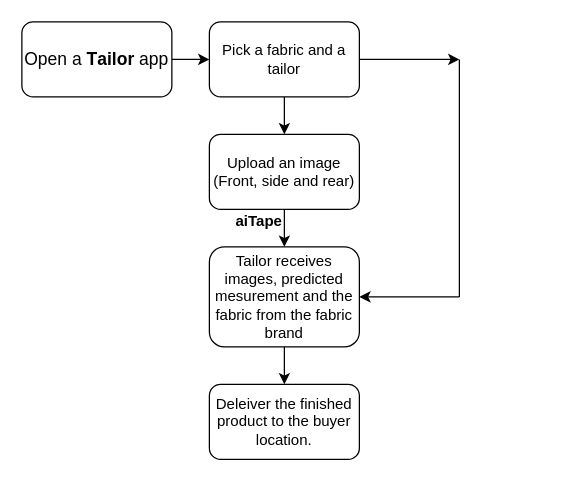
santhoshrao95/helloworld keeps this draw.io diagram as v2aitape.drawio. Above is the earlier version. Source tidied: cells renumbered, new cells numbered last; positions are measured from the earlier drawing's top-left corner, leaving out a move shared by most shapes. Both pictures are drawn from the tidied source at 125%, with x=0, y=0 at pixel (21, 21).
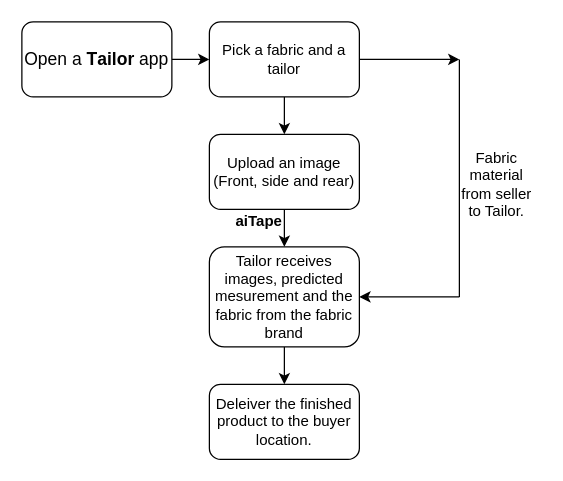
Above is the later version.

What changed in the source:
```diff
@@
 <mxGraphModel>
   <root>
     <mxCell id="0" />
     <mxCell id="1" parent="0" />
     <mxCell id="2" style="edgeStyle=none;rounded=0;jettySize=auto;html=1;" parent="1" edge="1" source="3">
       <mxGeometry relative="1" as="geometry">
         <mxPoint x="350" y="30" as="targetPoint" />
       </mxGeometry>
     </mxCell>
     <mxCell id="3" value="Pick a fabric and a tailor" style="rounded=1;whiteSpace=wrap;html=1;" parent="1" vertex="1">
       <mxGeometry x="150" width="120" height="60" as="geometry" />
     </mxCell>
     <mxCell id="4" value="Upload an image (Front, side and rear)" style="rounded=1;whiteSpace=wrap;html=1;" parent="1" vertex="1">
       <mxGeometry x="150" y="90" width="120" height="60" as="geometry" />
     </mxCell>
     <mxCell id="5" style="edgeStyle=none;rounded=0;jettySize=auto;html=1;" parent="1" edge="1" source="6" target="11">
       <mxGeometry relative="1" as="geometry" />
     </mxCell>
     <mxCell id="6" value="Tailor receives images, predicted mesurement and the fabric from the fabric brand" style="rounded=1;whiteSpace=wrap;html=1;" parent="1" vertex="1">
       <mxGeometry x="150" y="180" width="120" height="80" as="geometry" />
     </mxCell>
     <mxCell id="7" style="endArrow=classic;html=1;entryX=1;entryY=0.5;entryDx=0;entryDy=0;" parent="1" edge="1" target="6">
       <mxGeometry relative="1" as="geometry">
         <mxPoint x="350" y="220" as="sourcePoint" />
       </mxGeometry>
     </mxCell>
     <mxCell id="8" style="endArrow=classic;html=1;exitX=0.5;exitY=1;exitDx=0;exitDy=0;entryX=0.5;entryY=0;entryDx=0;entryDy=0;" parent="1" edge="1" source="4" target="6">
       <mxGeometry relative="1" as="geometry" />
     </mxCell>
     <mxCell id="9" style="endArrow=classic;html=1;exitX=0.5;exitY=1;exitDx=0;exitDy=0;" parent="1" edge="1" source="3" target="4">
       <mxGeometry relative="1" as="geometry" />
     </mxCell>
     <mxCell id="10" style="endArrow=none;html=1;" parent="1" edge="1">
       <mxGeometry relative="1" as="geometry">
         <mxPoint x="350" y="220" as="sourcePoint" />
         <mxPoint x="350" y="30" as="targetPoint" />
       </mxGeometry>
     </mxCell>
     <mxCell id="11" value="Deleiver the finished product to the buyer location." style="whiteSpace=wrap;html=1;rounded=1;" parent="1" vertex="1">
       <mxGeometry x="150" y="290" width="120" height="60" as="geometry" />
     </mxCell>
     <mxCell id="12" style="edgeStyle=none;rounded=0;jettySize=auto;html=1;" parent="1" edge="1" source="13" target="3">
       <mxGeometry relative="1" as="geometry" />
     </mxCell>
     <mxCell id="13" value="&lt;font style=&quot;font-size: 14px&quot;&gt;Open a &lt;b&gt;T&lt;/b&gt;&lt;font style=&quot;font-weight: bold ; font-size: 14px&quot; face=&quot;Shadows Into Light&quot;&gt;ai&lt;/font&gt;&lt;font style=&quot;font-size: 14px&quot;&gt;&lt;b&gt;lor &lt;/b&gt;app&lt;/font&gt;&lt;/font&gt;" style="rounded=1;whiteSpace=wrap;html=1;" parent="1" vertex="1">
       <mxGeometry width="120" height="60" as="geometry" />
     </mxCell>
     <mxCell id="14" value="&lt;span style=&quot;background-color: transparent ; font-weight: 700 ; vertical-align: baseline&quot;&gt;&lt;font face=&quot;Shadows Into Light&quot; style=&quot;font-size: 12px&quot;&gt;ai&lt;/font&gt;&lt;/span&gt;&lt;span style=&quot;background-color: transparent ; font-weight: 700 ; vertical-align: baseline&quot;&gt;&lt;font face=&quot;maven pro, sans-serif&quot; style=&quot;font-size: 12px&quot;&gt;&lt;font style=&quot;font-size: 12px&quot;&gt;Tape&lt;/font&gt;&lt;br&gt;&lt;/font&gt;&lt;/span&gt;" style="text;html=1;strokeColor=none;fillColor=none;align=center;verticalAlign=middle;whiteSpace=wrap;rounded=0;" parent="1" vertex="1">
       <mxGeometry x="170" y="150" width="40" height="20" as="geometry" />
     </mxCell>
+    <mxCell id="15" value="Fabric material from seller to Tailor." style="text;html=1;strokeColor=none;fillColor=none;align=center;verticalAlign=middle;whiteSpace=wrap;rounded=0;" parent="1" vertex="1">
+      <mxGeometry x="345" y="120" width="70" height="20" as="geometry" />
+    </mxCell>
   </root>
 </mxGraphModel>
```
